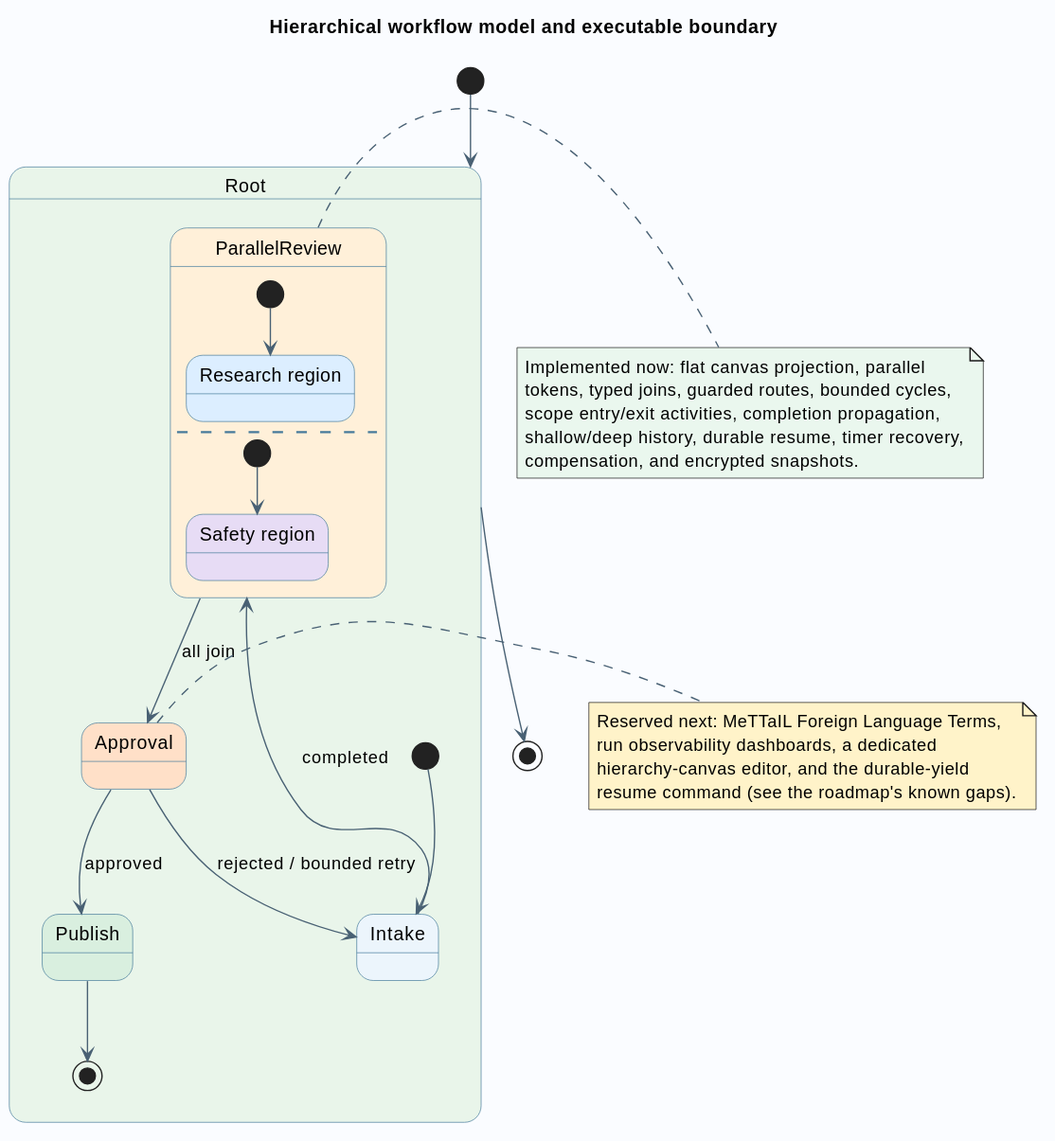
This is docs/agent-teams/diagrams/06-hierarchy-and-roadmap.svg from F1R3FLY-io/embers-frontend, a PlantUML export, as it was before one commit.
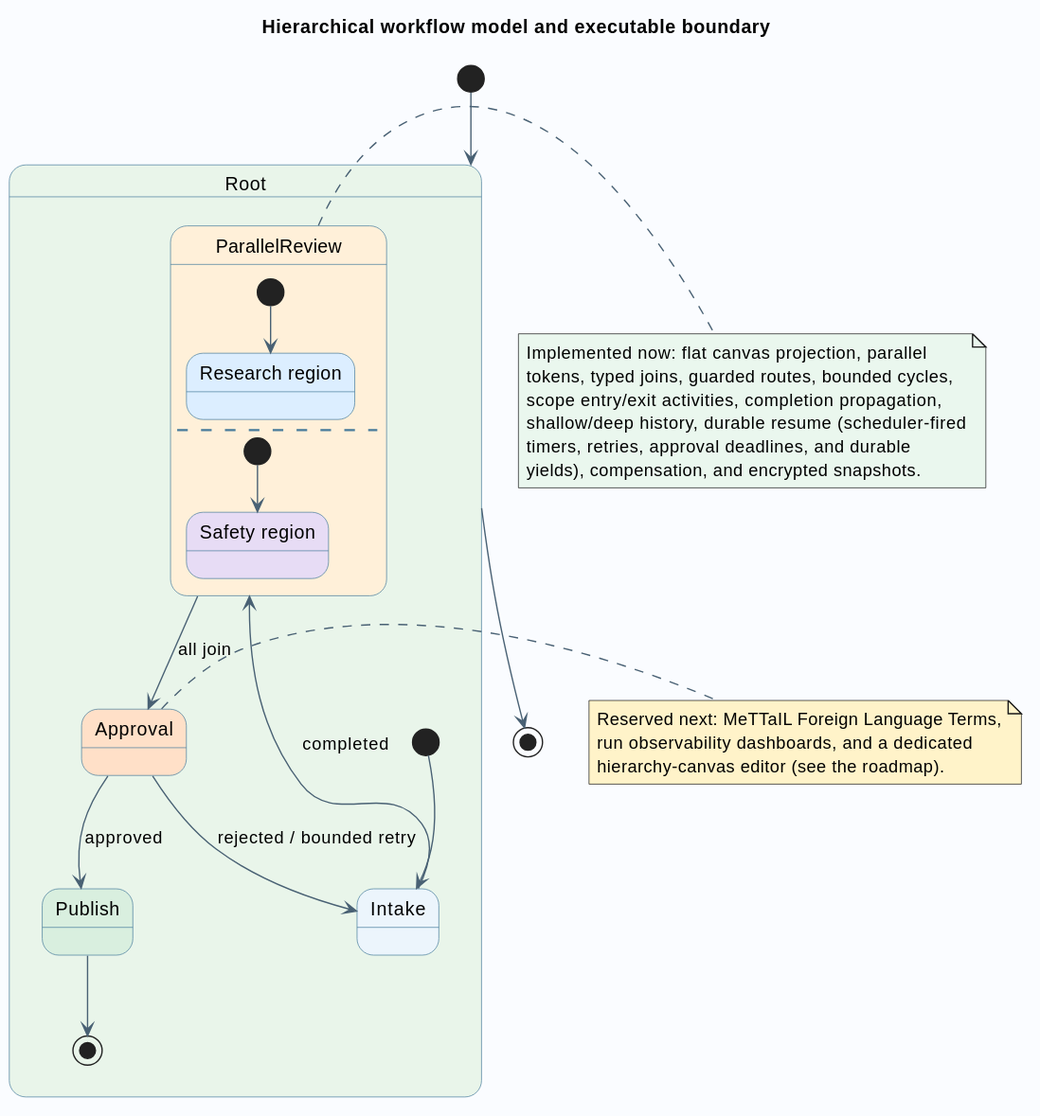
After the commit.

What changed in the source:
```diff
@@ -34,13 +34,13 @@
 Implemented now: flat canvas projection, parallel
 tokens, typed joins, guarded routes, bounded cycles,
 scope entry/exit activities, completion propagation,
-shallow/deep history, durable resume, timer recovery,
-compensation, and encrypted snapshots.
+shallow/deep history, durable resume (scheduler-fired
+timers, retries, approval deadlines, and durable
+yields), compensation, and encrypted snapshots.
 end note
 note right of Approval #FFF3C9
 Reserved next: MeTTaIL Foreign Language Terms,
-run observability dashboards, a dedicated
-hierarchy-canvas editor, and the durable-yield
-resume command (see the roadmap's known gaps).
+run observability dashboards, and a dedicated
+hierarchy-canvas editor (see the roadmap).
 end note
 @enduml
```
